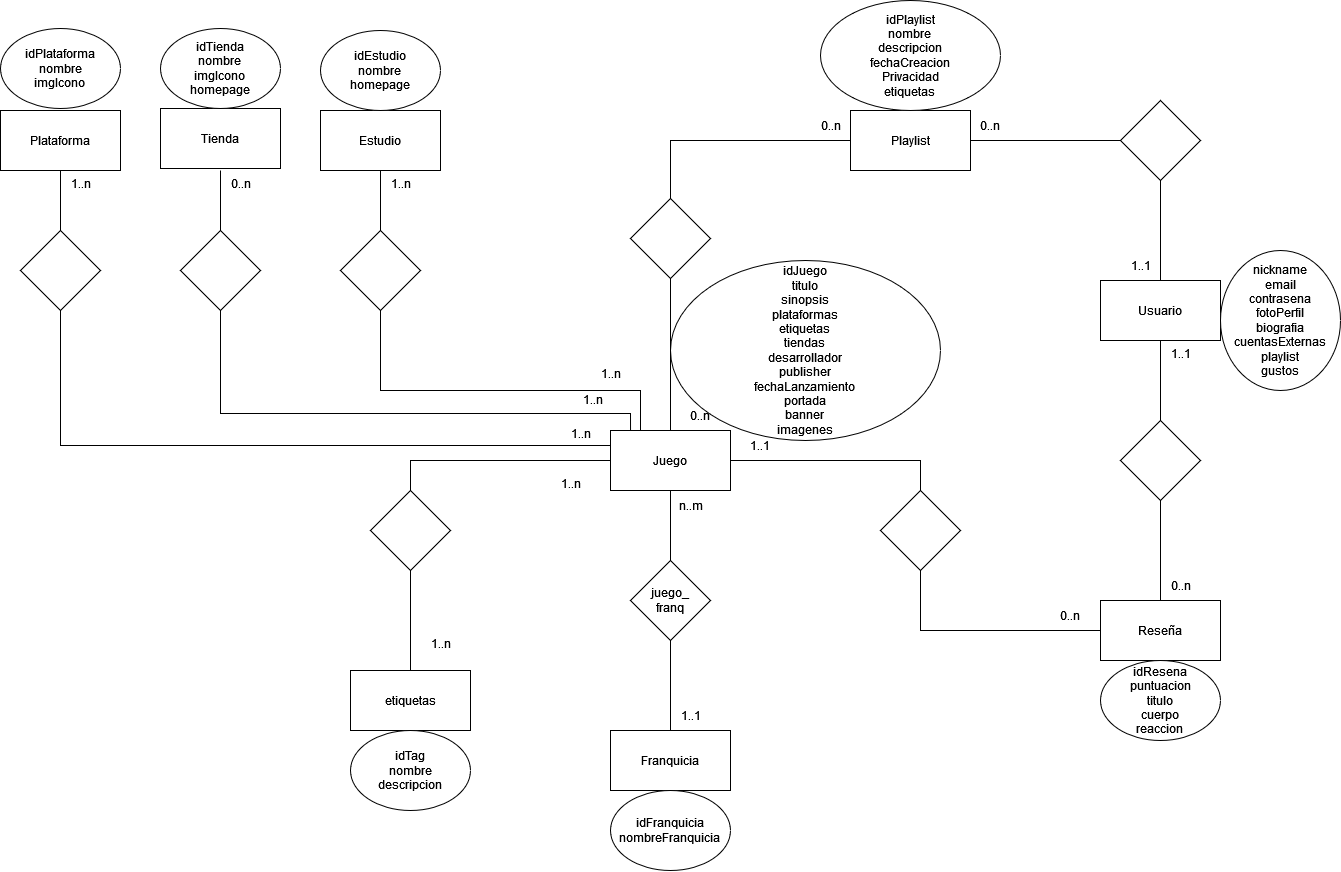
Above: DER_v1.1.png in Maig0l/proyecto-dsw (draw.io), before the change. Source tidied: cells renumbered, new cells last; positions are measured from the earlier drawing's top-left corner, leaving out a move shared by most shapes.
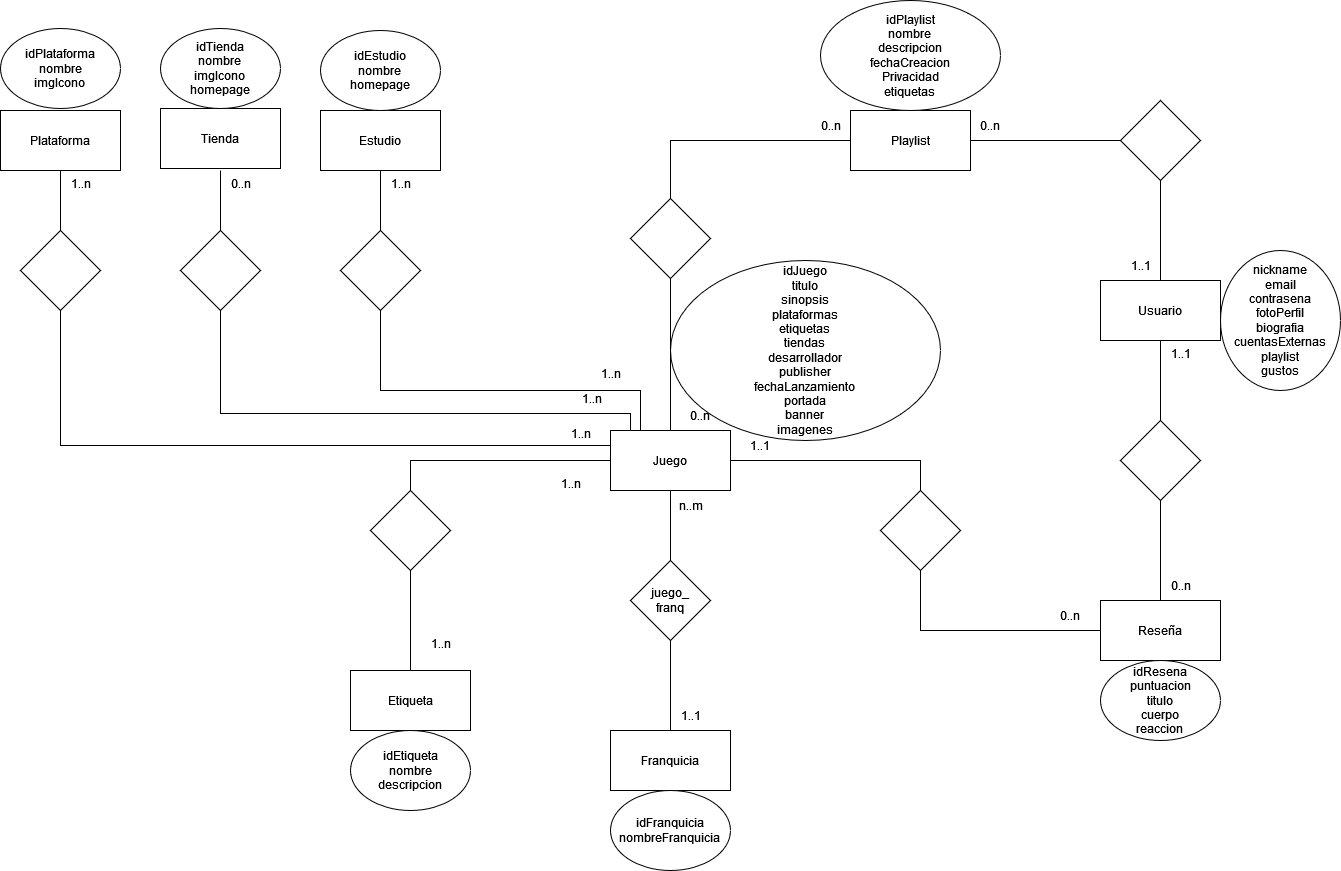
The same diagram one commit later.

The edit, as a diff of the source:
```diff
@@ -76,7 +76,7 @@
     <mxCell id="25" value="0..n" style="text;html=1;align=center;verticalAlign=middle;whiteSpace=wrap;rounded=0;" parent="1" vertex="1">
       <mxGeometry x="670" y="400" width="60" height="30" as="geometry" />
     </mxCell>
-    <mxCell id="26" value="etiquetas" style="rounded=0;whiteSpace=wrap;html=1;" parent="1" vertex="1">
+    <mxCell id="26" value="Etiqueta" style="rounded=0;whiteSpace=wrap;html=1;" parent="1" vertex="1">
       <mxGeometry x="350" y="670" width="120" height="60" as="geometry" />
     </mxCell>
     <mxCell id="27" style="endArrow=none;html=1;rounded=0;exitX=0.5;exitY=0;exitDx=0;exitDy=0;" parent="1" edge="1" source="28">
@@ -95,7 +95,7 @@
         <mxPoint x="410" y="570" as="targetPoint" />
       </mxGeometry>
     </mxCell>
-    <mxCell id="30" value="&lt;div&gt;idTag&lt;/div&gt;&lt;div&gt;nombre&lt;/div&gt;&lt;div&gt;descripcion&lt;/div&gt;" style="ellipse;whiteSpace=wrap;html=1;" parent="1" vertex="1">
+    <mxCell id="30" value="&lt;div&gt;idEtiqueta&lt;/div&gt;&lt;div&gt;nombre&lt;/div&gt;&lt;div&gt;descripcion&lt;/div&gt;" style="ellipse;whiteSpace=wrap;html=1;" parent="1" vertex="1">
       <mxGeometry x="350" y="730" width="120" height="80" as="geometry" />
     </mxCell>
     <mxCell id="31" style="rhombus;whiteSpace=wrap;html=1;" parent="1" vertex="1">
```
